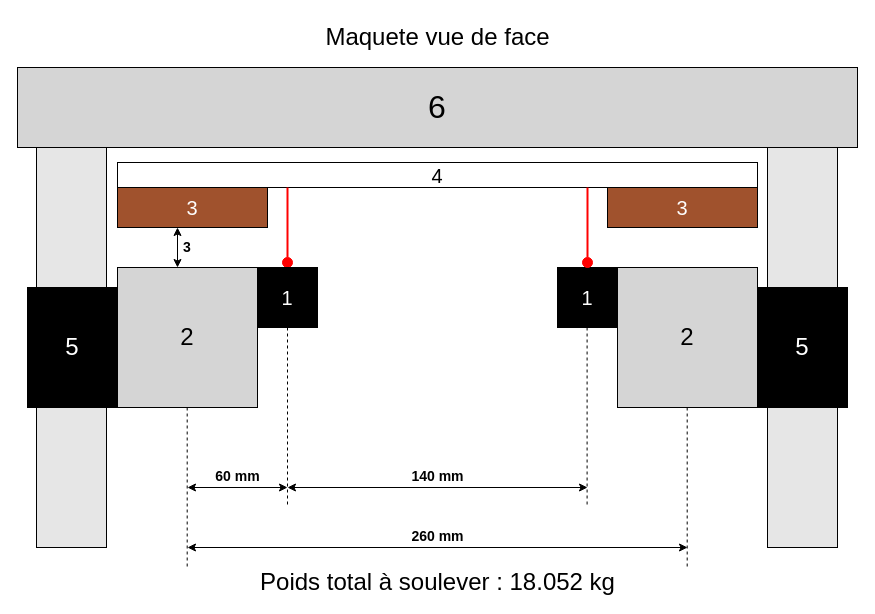
Before: assets/Chap2/MaquetteTaille.drawio in ulucinar-can/template-tb, a draw.io diagram. Source tidied: cells renumbered, new cells numbered last; positions are measured from the earlier drawing's top-left corner, leaving out a move shared by most shapes. Both pictures are drawn from the tidied source at 100%, with x=0, y=0 at pixel (17, 17).
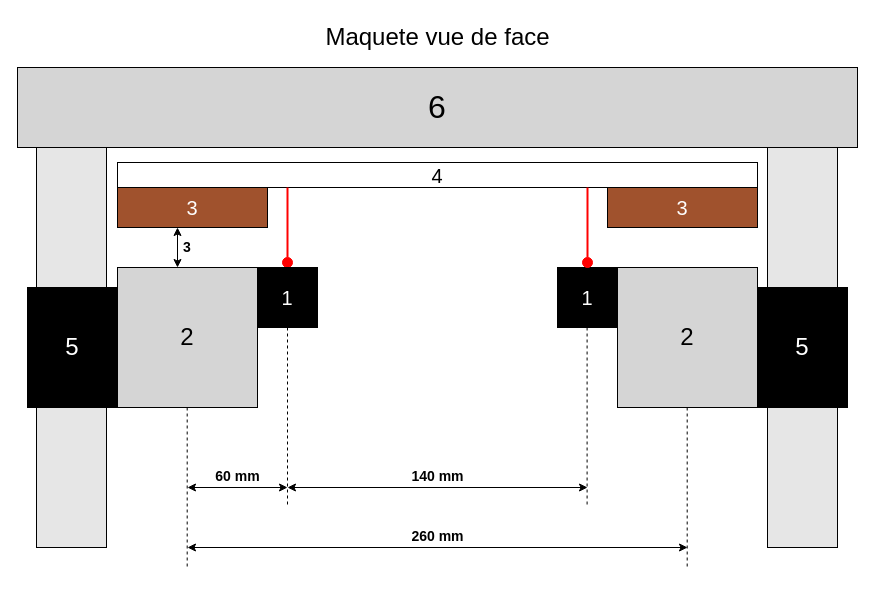
The same diagram, later.

Commit message (it also covers changes not shown here):
Ajout d'une photo de la mesure du poids

What changed in the source:
```diff
@@
-    <mxCell id="20" value="Poids total à soulever : 18.052 kg" style="text;html=1;whiteSpace=wrap;strokeColor=none;fillColor=none;align=center;verticalAlign=middle;rounded=0;fontSize=24;" parent="1" vertex="1">
-      <mxGeometry x="203.8" y="550" width="432.5" height="30" as="geometry" />
-    </mxCell>
```
